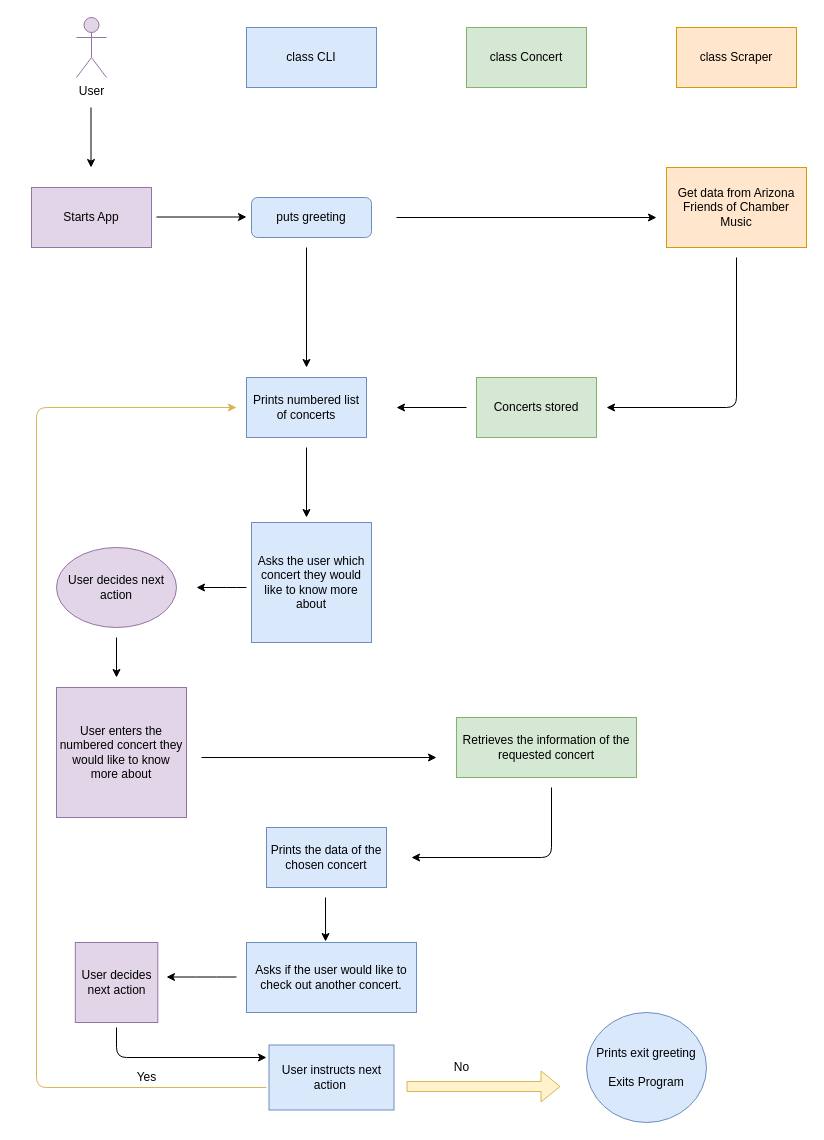
The draw.io diagram lib/Untitled Diagram.drawio in gracenak/gnakano_cli_project, before the edit. Source tidied: cells renumbered, new cells numbered last; positions are measured from the earlier drawing's top-left corner, leaving out a move shared by most shapes. Both pictures are drawn from the tidied source at 100%, with x=0, y=0 at pixel (31, 17).
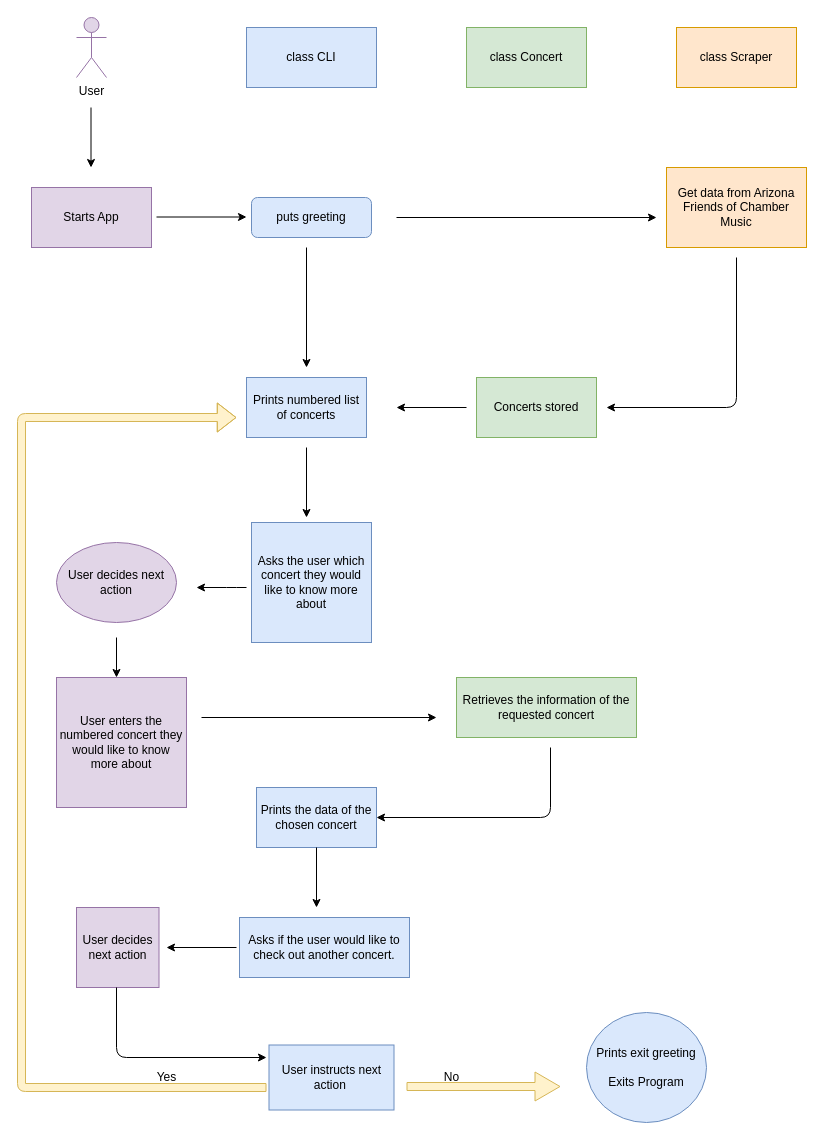
The same diagram, later.

Commit message (it also covers changes not shown here):
CLI Concert Project Flowchart

The edit, as a diff of the source:
```diff
@@
     <mxCell id="16" value="Retrieves the information of the requested concert" style="rounded=0;whiteSpace=wrap;html=1;fillColor=#d5e8d4;strokeColor=#82b366;" parent="1" vertex="1">
-      <mxGeometry x="425" y="700" width="180" height="60" as="geometry" />
+      <mxGeometry x="425" y="660" width="180" height="60" as="geometry" />
     </mxCell>
@@
     <mxCell id="18" value="Prints the data of the chosen concert" style="rounded=0;whiteSpace=wrap;html=1;fillColor=#dae8fc;strokeColor=#6c8ebf;" parent="1" vertex="1">
-      <mxGeometry x="235" y="810" width="120" height="60" as="geometry" />
+      <mxGeometry x="225" y="770" width="120" height="60" as="geometry" />
     </mxCell>
@@
-    <mxCell id="21" style="endArrow=classic;html=1;" parent="1" edge="1">
+    <mxCell id="21" style="endArrow=classic;html=1;entryX=1;entryY=0.5;entryDx=0;entryDy=0;" parent="1" edge="1" target="18">
       <mxGeometry relative="1" as="geometry">
-        <mxPoint x="520" y="770" as="sourcePoint" />
-        <mxPoint x="380" y="840" as="targetPoint" />
+        <mxPoint x="519" y="730" as="sourcePoint" />
         <Array as="points">
-          <mxPoint x="520" y="840" />
+          <mxPoint x="519" y="800" />
         </Array>
       </mxGeometry>
     </mxCell>
     <mxCell id="22" value="User decides next action" style="rounded=0;whiteSpace=wrap;html=1;fillColor=#e1d5e7;strokeColor=#9673a6;" parent="1" vertex="1">
-      <mxGeometry x="43.8" y="925" width="82.5" height="80" as="geometry" />
+      <mxGeometry x="45" y="890" width="82.5" height="80" as="geometry" />
     </mxCell>
     <mxCell id="23" value="Asks if the user would like to check out another concert." style="rounded=0;whiteSpace=wrap;html=1;fillColor=#dae8fc;strokeColor=#6c8ebf;" parent="1" vertex="1">
-      <mxGeometry x="215" y="925" width="170" height="70" as="geometry" />
+      <mxGeometry x="208" y="900" width="170" height="60" as="geometry" />
     </mxCell>
     <mxCell id="24" value="No" style="text;html=1;align=center;verticalAlign=middle;" parent="1" vertex="1">
-      <mxGeometry x="415" y="1040" width="30" height="20" as="geometry" />
+      <mxGeometry x="405" y="1050" width="30" height="20" as="geometry" />
     </mxCell>
@@
-    <mxCell id="26" style="shape=flexArrow;endArrow=classic;html=1;fillColor=#fff2cc;strokeColor=#d6b656;" parent="1" edge="1">
+    <mxCell id="26" style="shape=flexArrow;endArrow=classic;html=1;fillColor=#fff2cc;strokeColor=#d6b656;width=8;endSize=8;" parent="1" edge="1">
       <mxGeometry relative="1" as="geometry">
         <mxPoint x="375" y="1069" as="sourcePoint" />
         <mxPoint x="529" y="1069" as="targetPoint" />
       </mxGeometry>
     </mxCell>
-    <mxCell id="27" style="endArrow=classic;html=1;fillColor=#fff2cc;strokeColor=#d6b656;" parent="1" edge="1">
-      <mxGeometry relative="1" as="geometry">
-        <mxPoint x="235" y="1070" as="sourcePoint" />
-        <mxPoint x="205" y="390" as="targetPoint" />
-        <Array as="points">
-          <mxPoint x="5" y="1070" />
-          <mxPoint x="5" y="390" />
-        </Array>
-      </mxGeometry>
-    </mxCell>
     <mxCell id="28" value="Yes" style="text;html=1;align=center;verticalAlign=middle;" parent="1" vertex="1">
-      <mxGeometry x="95" y="1050" width="40" height="20" as="geometry" />
+      <mxGeometry x="115" y="1050" width="40" height="20" as="geometry" />
     </mxCell>
     <mxCell id="29" value="&lt;span&gt;User enters the numbered concert they would like to know more about&lt;/span&gt;" style="whiteSpace=wrap;html=1;fillColor=#e1d5e7;strokeColor=#9673a6;" parent="1" vertex="1">
-      <mxGeometry x="25" y="670" width="130" height="130" as="geometry" />
+      <mxGeometry x="25" y="660" width="130" height="130" as="geometry" />
     </mxCell>
@@
     <mxCell id="31" value="User decides next action" style="ellipse;whiteSpace=wrap;html=1;fillColor=#e1d5e7;strokeColor=#9673a6;" parent="1" vertex="1">
-      <mxGeometry x="25" y="530" width="120" height="80" as="geometry" />
+      <mxGeometry x="25" y="525" width="120" height="80" as="geometry" />
     </mxCell>
@@
     <mxCell id="33" style="endArrow=classic;html=1;" parent="1" edge="1">
       <mxGeometry relative="1" as="geometry">
-        <mxPoint x="170" y="740" as="sourcePoint" />
-        <mxPoint x="405" y="740" as="targetPoint" />
+        <mxPoint x="170" y="700" as="sourcePoint" />
+        <mxPoint x="405" y="700" as="targetPoint" />
       </mxGeometry>
     </mxCell>
     <mxCell id="34" style="endArrow=classic;html=1;" parent="1" edge="1">
       <mxGeometry relative="1" as="geometry">
-        <mxPoint x="205" y="959.5" as="sourcePoint" />
-        <mxPoint x="135" y="959.5" as="targetPoint" />
-        <Array as="points">
-          <mxPoint x="175" y="959.5" />
-        </Array>
+        <mxPoint x="205" y="930" as="sourcePoint" />
+        <mxPoint x="135" y="930" as="targetPoint" />
       </mxGeometry>
     </mxCell>
-    <mxCell id="35" style="endArrow=classic;html=1;entryX=0.465;entryY=-0.014;entryDx=0;entryDy=0;entryPerimeter=0;" parent="1" edge="1" target="23">
+    <mxCell id="35" style="endArrow=classic;html=1;exitX=0.5;exitY=1;exitDx=0;exitDy=0;" parent="1" edge="1" source="18">
       <mxGeometry relative="1" as="geometry">
-        <mxPoint x="294" y="880" as="sourcePoint" />
+        <mxPoint x="285" y="890" as="targetPoint" />
       </mxGeometry>
     </mxCell>
@@
     <mxCell id="37" style="endArrow=classic;html=1;" parent="1" edge="1">
       <mxGeometry relative="1" as="geometry">
-        <mxPoint x="85" y="1010" as="sourcePoint" />
+        <mxPoint x="85" y="970" as="sourcePoint" />
         <mxPoint x="235" y="1040" as="targetPoint" />
         <Array as="points">
           <mxPoint x="85" y="1040" />
         </Array>
       </mxGeometry>
     </mxCell>
+    <mxCell id="38" style="shape=flexArrow;endArrow=classic;html=1;width=8;endSize=5.9;fillColor=#fff2cc;strokeColor=#d6b656;" parent="1" edge="1">
+      <mxGeometry relative="1" as="geometry">
+        <mxPoint x="235" y="1070" as="sourcePoint" />
+        <mxPoint x="205" y="400" as="targetPoint" />
+        <Array as="points">
+          <mxPoint x="-10" y="1070" />
+          <mxPoint x="-10" y="400" />
+        </Array>
+      </mxGeometry>
+    </mxCell>
```
